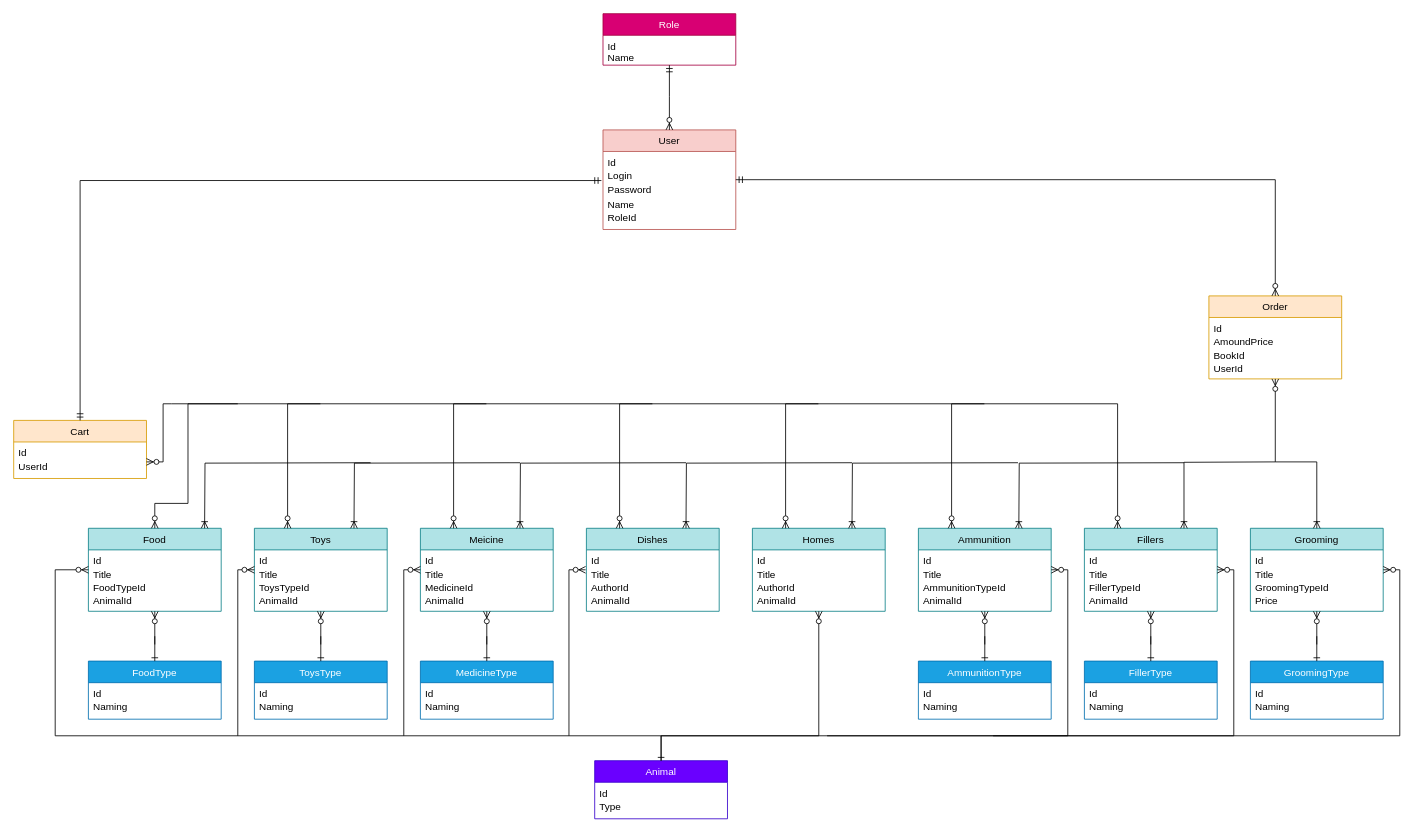
Above: pet_shop_diagram.drawio in Chaisy/Pet_Store (draw.io), before the change. Source tidied: cells renumbered, new cells numbered last; positions are measured from the earlier drawing's top-left corner, leaving out a move shared by most shapes. Both pictures are drawn from the tidied source at 83%, with x=0, y=0 at pixel (13, 13).
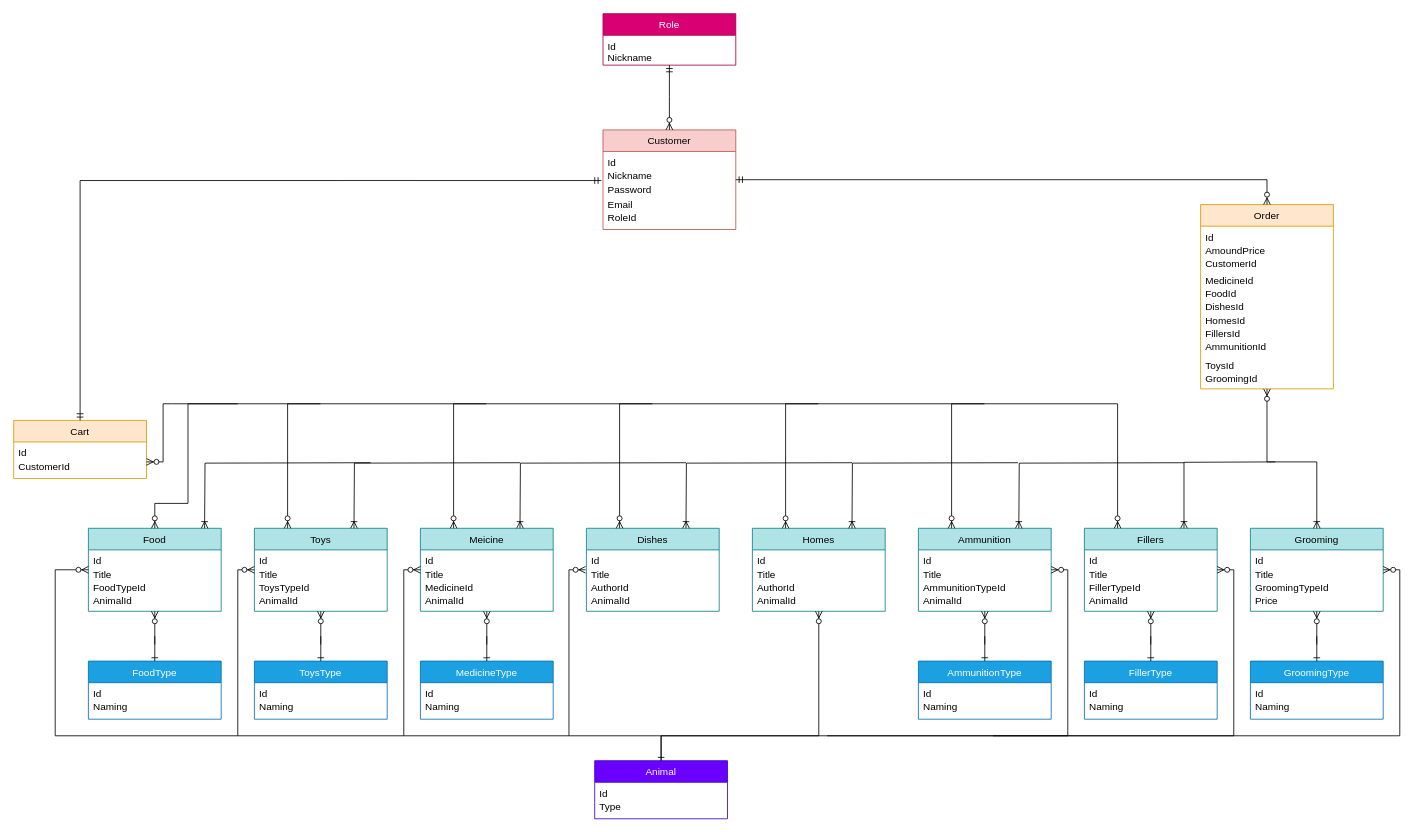
The same diagram, later.

The change refers to these unchanged cells:
```xml
<mxCell id="18" value="Cart" style="swimlane;fontStyle=0;align=center;verticalAlign=top;horizontal=1;startSize=26;rounded=0;shadow=0;strokeWidth=1;fillColor=#ffe6cc;strokeColor=#d79b00;" parent="1" vertex="1">
  <mxGeometry y="490" width="160" height="70" as="geometry" />
</mxCell>
<mxCell id="21" value="Role" style="swimlane;fontStyle=0;align=center;verticalAlign=top;horizontal=1;startSize=26;rounded=0;shadow=0;strokeWidth=1;fillColor=#d80073;strokeColor=#A50040;fontColor=#ffffff;" parent="1" vertex="1">
  <mxGeometry x="710" width="160" height="62" as="geometry" />
</mxCell>
<mxCell id="55" value="Grooming" style="swimlane;fontStyle=0;align=center;verticalAlign=top;horizontal=1;startSize=26;rounded=0;shadow=0;strokeWidth=1;fillColor=#b0e3e6;strokeColor=#0e8088;" parent="1" vertex="1">
  <mxGeometry x="1490" y="620" width="160" height="100" as="geometry" />
</mxCell>
```

Change to the diagram source:
```diff
@@
-    <mxCell id="2" value="User" style="swimlane;fontStyle=0;align=center;verticalAlign=top;horizontal=1;startSize=26;rounded=0;shadow=0;strokeWidth=1;fillColor=#f8cecc;strokeColor=#b85450;" parent="1" vertex="1">
+    <mxCell id="2" value="Customer" style="swimlane;fontStyle=0;align=center;verticalAlign=top;horizontal=1;startSize=26;rounded=0;shadow=0;strokeWidth=1;fillColor=#f8cecc;strokeColor=#b85450;" parent="1" vertex="1">
       <mxGeometry x="710" y="140" width="160" height="120" as="geometry" />
     </mxCell>
@@
-    <mxCell id="4" value="Login &#10;" style="text;align=left;verticalAlign=top;spacingLeft=4;spacingRight=4;overflow=hidden;rounded=0;shadow=0;html=0;" parent="2" vertex="1">
+    <mxCell id="4" value="Nickname" style="text;align=left;verticalAlign=top;spacingLeft=4;spacingRight=4;overflow=hidden;rounded=0;shadow=0;html=0;" parent="2" vertex="1">
       <mxGeometry y="42" width="160" height="16" as="geometry" />
     </mxCell>
@@
-    <mxCell id="6" value="Name " style="text;align=left;verticalAlign=top;spacingLeft=4;spacingRight=4;overflow=hidden;" parent="2" vertex="1">
+    <mxCell id="6" value="Email" style="text;align=left;verticalAlign=top;spacingLeft=4;spacingRight=4;overflow=hidden;" parent="2" vertex="1">
       <mxGeometry y="76" width="160" height="16" as="geometry" />
     </mxCell>
@@
     <mxCell id="8" value="Order" style="swimlane;fontStyle=0;align=center;verticalAlign=top;horizontal=1;startSize=26;rounded=0;shadow=0;strokeWidth=1;fillColor=#ffe6cc;strokeColor=#d79b00;" parent="1" vertex="1">
-      <mxGeometry x="1440" y="340" width="160" height="100" as="geometry" />
+      <mxGeometry x="1430" y="230" width="160" height="222" as="geometry" />
     </mxCell>
@@
+    <mxCell id="12" value="CustomerId" style="text;align=left;verticalAlign=top;spacingLeft=4;spacingRight=4;overflow=hidden;rounded=0;shadow=0;html=0;" parent="8" vertex="1">
+      <mxGeometry y="58" width="160" height="20" as="geometry" />
+    </mxCell>
-    <mxCell id="11" value="BookId" style="text;align=left;verticalAlign=top;spacingLeft=4;spacingRight=4;overflow=hidden;rounded=0;shadow=0;html=0;" parent="8" vertex="1">
-      <mxGeometry y="58" width="160" height="16" as="geometry" />
+    <mxCell id="11" value="MedicineId" style="text;align=left;verticalAlign=top;spacingLeft=4;spacingRight=4;overflow=hidden;rounded=0;shadow=0;html=0;" parent="8" vertex="1">
+      <mxGeometry y="78" width="160" height="16" as="geometry" />
     </mxCell>
-    <mxCell id="12" value="UserId" style="text;align=left;verticalAlign=top;spacingLeft=4;spacingRight=4;overflow=hidden;rounded=0;shadow=0;html=0;" parent="8" vertex="1">
-      <mxGeometry y="74" width="160" height="20" as="geometry" />
-    </mxCell>
+    <mxCell id="119" value="FoodId" style="text;align=left;verticalAlign=top;spacingLeft=4;spacingRight=4;overflow=hidden;rounded=0;shadow=0;html=0;" parent="8" vertex="1">
+      <mxGeometry y="94" width="160" height="16" as="geometry" />
+    </mxCell>
+    <mxCell id="120" value="DishesId" style="text;align=left;verticalAlign=top;spacingLeft=4;spacingRight=4;overflow=hidden;rounded=0;shadow=0;html=0;" parent="8" vertex="1">
+      <mxGeometry y="110" width="160" height="16" as="geometry" />
+    </mxCell>
+    <mxCell id="121" value="HomesId" style="text;align=left;verticalAlign=top;spacingLeft=4;spacingRight=4;overflow=hidden;rounded=0;shadow=0;html=0;" parent="8" vertex="1">
+      <mxGeometry y="126" width="160" height="16" as="geometry" />
+    </mxCell>
+    <mxCell id="122" value="FillersId" style="text;align=left;verticalAlign=top;spacingLeft=4;spacingRight=4;overflow=hidden;rounded=0;shadow=0;html=0;" parent="8" vertex="1">
+      <mxGeometry y="142" width="160" height="16" as="geometry" />
+    </mxCell>
+    <mxCell id="123" value="AmmunitionId" style="text;align=left;verticalAlign=top;spacingLeft=4;spacingRight=4;overflow=hidden;rounded=0;shadow=0;html=0;" parent="8" vertex="1">
+      <mxGeometry y="158" width="160" height="22" as="geometry" />
+    </mxCell>
+    <mxCell id="124" value="ToysId" style="text;align=left;verticalAlign=top;spacingLeft=4;spacingRight=4;overflow=hidden;rounded=0;shadow=0;html=0;" parent="8" vertex="1">
+      <mxGeometry y="180" width="160" height="16" as="geometry" />
+    </mxCell>
+    <mxCell id="125" value="GroomingId" style="text;align=left;verticalAlign=top;spacingLeft=4;spacingRight=4;overflow=hidden;rounded=0;shadow=0;html=0;" parent="8" vertex="1">
+      <mxGeometry y="196" width="160" height="16" as="geometry" />
+    </mxCell>
@@
-    <mxCell id="20" value="UserId" style="text;align=left;verticalAlign=top;spacingLeft=4;spacingRight=4;overflow=hidden;points=[[0,0.5],[1,0.5]];portConstraint=eastwest;rounded=0;shadow=0;html=0;" parent="18" vertex="1">
+    <mxCell id="20" value="CustomerId" style="text;align=left;verticalAlign=top;spacingLeft=4;spacingRight=4;overflow=hidden;points=[[0,0.5],[1,0.5]];portConstraint=eastwest;rounded=0;shadow=0;html=0;" parent="18" vertex="1">
       <mxGeometry y="42" width="160" height="16" as="geometry" />
     </mxCell>
@@
-    <mxCell id="23" value="Name " style="text;align=left;verticalAlign=top;spacingLeft=4;spacingRight=4;overflow=hidden;" parent="21" vertex="1">
+    <mxCell id="23" value="Nickname" style="text;align=left;verticalAlign=top;spacingLeft=4;spacingRight=4;overflow=hidden;" parent="21" vertex="1">
       <mxGeometry y="40" width="160" height="16" as="geometry" />
     </mxCell>
@@
     <mxCell id="111" style="edgeStyle=orthogonalEdgeStyle;fontSize=12;html=1;endArrow=ERoneToMany;startArrow=ERzeroToMany;rounded=0;entryX=0.5;entryY=0;entryDx=0;entryDy=0;exitX=0.5;exitY=1;exitDx=0;exitDy=0;" parent="1" edge="1" source="8" target="55">
       <mxGeometry relative="1" as="geometry">
         <Array as="points">
-          <mxPoint x="1520" y="540" />
+          <mxPoint x="1510" y="540" />
           <mxPoint x="1570" y="540" />
         </Array>
       </mxGeometry>
     </mxCell>
```
